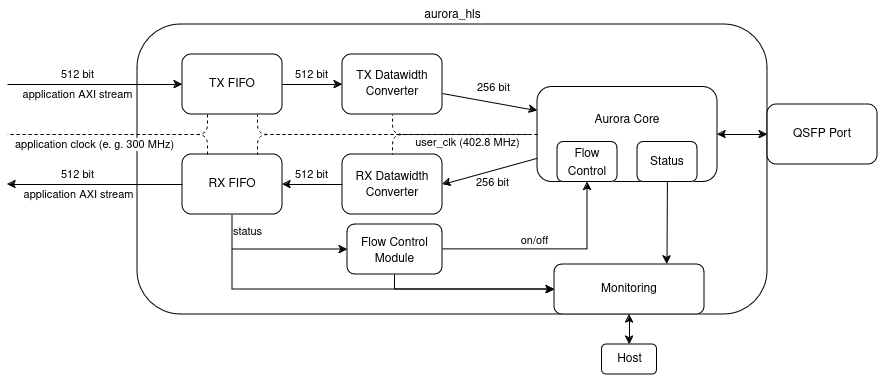
This is images/block_diagram.drawio.png from pc2/Aurora-HLS, a draw.io export, as it was before one commit. Source tidied: cells renumbered, new cells last; positions are measured from the earlier drawing's top-left corner, leaving out a move shared by most shapes.
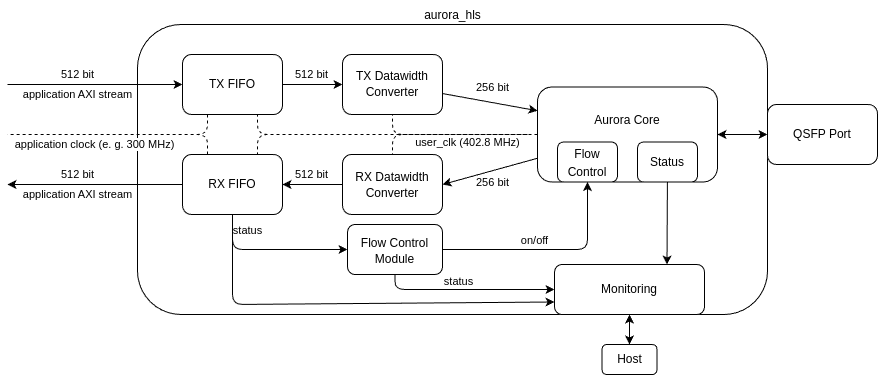
The same file after the commit.

What changed in the source:
```diff
@@ -43,7 +43,7 @@
     <mxCell id="14" value="TX FIFO" style="rounded=1;whiteSpace=wrap;html=1;" parent="1" vertex="1">
       <mxGeometry x="175" y="54" width="100" height="60" as="geometry" />
     </mxCell>
-    <mxCell id="15" style="edgeStyle=orthogonalEdgeStyle;rounded=0;jettySize=auto;html=1;entryX=0;entryY=0.5;entryDx=0;entryDy=0;" parent="1" edge="1" source="17" target="40">
+    <mxCell id="15" style="edgeStyle=orthogonalEdgeStyle;jettySize=auto;html=1;entryX=0;entryY=0.5;entryDx=0;entryDy=0;rounded=1;" parent="1" edge="1" source="17" target="40">
       <mxGeometry relative="1" as="geometry">
         <Array as="points">
           <mxPoint x="225" y="249" />
@@ -55,6 +55,13 @@
         <mxPoint x="14" as="offset" />
       </mxGeometry>
     </mxCell>
+    <mxCell id="54" style="edgeStyle=none;rounded=1;html=1;entryX=0;entryY=0.75;entryDx=0;entryDy=0;" parent="1" edge="1" source="17" target="41">
+      <mxGeometry relative="1" as="geometry">
+        <Array as="points">
+          <mxPoint x="225" y="304" />
+        </Array>
+      </mxGeometry>
+    </mxCell>
     <mxCell id="17" value="RX FIFO" style="rounded=1;whiteSpace=wrap;html=1;" parent="1" vertex="1">
       <mxGeometry x="175" y="154" width="100" height="60" as="geometry" />
     </mxCell>
@@ -157,7 +164,7 @@
     <mxCell id="36" value="Status" style="rounded=1;whiteSpace=wrap;html=1;" parent="1" vertex="1">
       <mxGeometry x="630" y="141.5" width="60" height="40" as="geometry" />
     </mxCell>
-    <mxCell id="37" style="edgeStyle=orthogonalEdgeStyle;rounded=0;jettySize=auto;html=1;entryX=0.5;entryY=1;entryDx=0;entryDy=0;" parent="1" edge="1" source="40" target="34">
+    <mxCell id="37" style="edgeStyle=orthogonalEdgeStyle;jettySize=auto;html=1;entryX=0.5;entryY=1;entryDx=0;entryDy=0;rounded=1;" parent="1" edge="1" source="40" target="34">
       <mxGeometry relative="1" as="geometry" />
     </mxCell>
     <mxCell id="38" value="on/off" style="edgeLabel;html=1;align=center;verticalAlign=middle;" parent="37" vertex="1">
@@ -165,13 +172,18 @@
         <mxPoint y="-8" as="offset" />
       </mxGeometry>
     </mxCell>
-    <mxCell id="39" style="edgeStyle=orthogonalEdgeStyle;rounded=0;jettySize=auto;html=1;entryX=0;entryY=0.5;entryDx=0;entryDy=0;" parent="1" edge="1" source="40" target="41">
+    <mxCell id="39" style="edgeStyle=orthogonalEdgeStyle;jettySize=auto;html=1;entryX=0;entryY=0.5;entryDx=0;entryDy=0;rounded=1;" parent="1" edge="1" source="40" target="41">
       <mxGeometry relative="1" as="geometry">
         <Array as="points">
           <mxPoint x="388" y="289" />
         </Array>
       </mxGeometry>
     </mxCell>
+    <mxCell id="55" value="status" style="edgeLabel;html=1;align=center;verticalAlign=middle;" parent="39" vertex="1">
+      <mxGeometry x="-0.17" y="2" relative="1" as="geometry">
+        <mxPoint x="5" y="-6" as="offset" />
+      </mxGeometry>
+    </mxCell>
     <mxCell id="40" style="rounded=1;whiteSpace=wrap;html=1;" parent="1" vertex="1">
       <mxGeometry x="340" y="224" width="95" height="50" as="geometry" />
     </mxCell>
@@ -181,14 +193,6 @@
     <mxCell id="42" value="512 bit" style="edgeLabel;html=1;align=center;verticalAlign=middle;" parent="1" vertex="1">
       <mxGeometry x="70" y="174" as="geometry" />
     </mxCell>
-    <mxCell id="43" style="endArrow=classic;html=1;rounded=0;entryX=0;entryY=0.5;entryDx=0;entryDy=0;" parent="1" edge="1" target="41">
-      <mxGeometry relative="1" as="geometry">
-        <mxPoint x="225" y="249" as="sourcePoint" />
-        <Array as="points">
-          <mxPoint x="225" y="289" />
-        </Array>
-      </mxGeometry>
-    </mxCell>
     <mxCell id="44" value="&lt;div&gt;Flow&lt;/div&gt;" style="text;html=1;align=center;verticalAlign=middle;whiteSpace=wrap;rounded=0;" parent="1" vertex="1">
       <mxGeometry x="555" y="144" width="50" height="20" as="geometry" />
     </mxCell>
```
